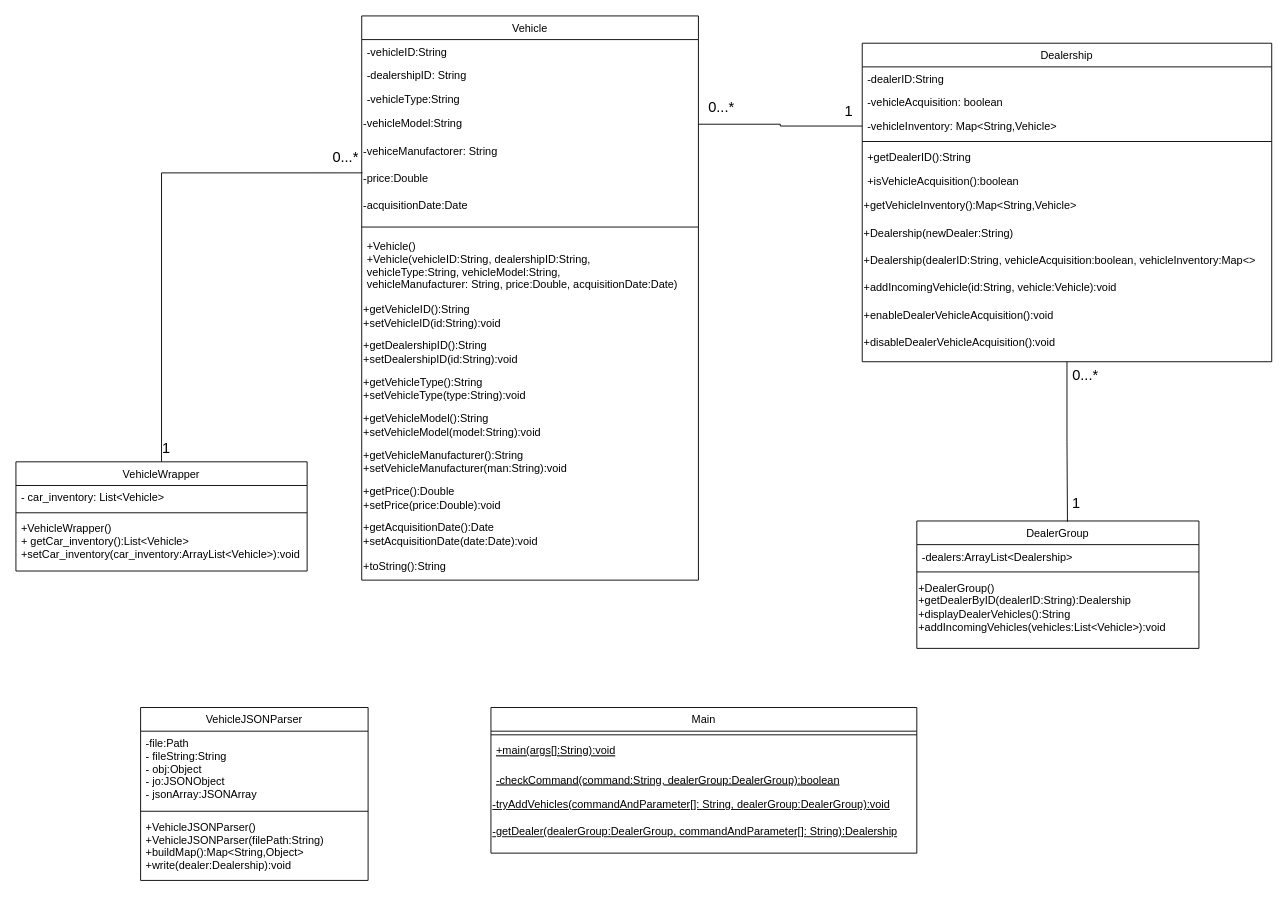
The draw.io diagram ClassandSequenceDiagram/Project1.drawio in tomatogrove/ICS372-Assignment1, before the edit. Source tidied: cells renumbered, new cells numbered last; positions are measured from the earlier drawing's top-left corner, leaving out a move shared by most shapes. Both pictures are drawn from the tidied source at 91%, with x=0, y=0 at pixel (15, 15).
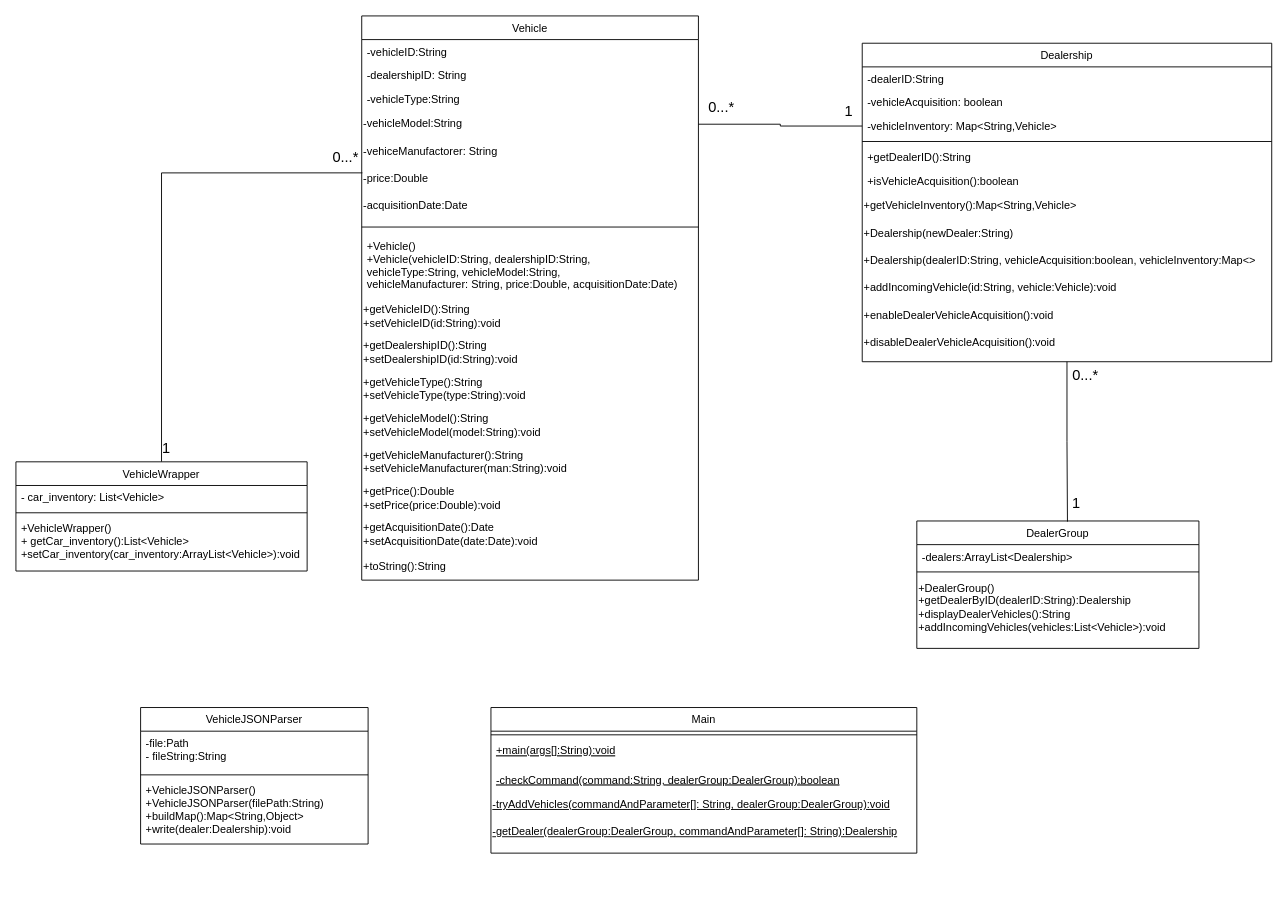
After the change.

What changed in the source:
```diff
@@
     <mxCell id="44" value="VehicleJSONParser" style="swimlane;fontStyle=0;align=center;verticalAlign=top;horizontal=1;startSize=26;" parent="1" vertex="1">
-      <mxGeometry x="137" y="760" width="250" height="190" as="geometry" />
+      <mxGeometry x="137" y="760" width="250" height="150" as="geometry" />
     </mxCell>
-    <mxCell id="45" value="-file:Path &#10; - fileString:String&#10; - obj:Object&#10; - jo:JSONObject &#10; - jsonArray:JSONArray" style="text;strokeColor=none;fillColor=none;align=left;verticalAlign=top;spacingLeft=4;spacingRight=4;overflow=hidden;" parent="44" vertex="1">
-      <mxGeometry y="26" width="250" height="84" as="geometry" />
+    <mxCell id="45" value="-file:Path &#10; - fileString:String" style="text;strokeColor=none;fillColor=none;align=left;verticalAlign=top;spacingLeft=4;spacingRight=4;overflow=hidden;" parent="44" vertex="1">
+      <mxGeometry y="26" width="250" height="44" as="geometry" />
     </mxCell>
     <mxCell id="46" style="line;strokeWidth=1;fillColor=none;align=left;verticalAlign=middle;spacingTop=-1;spacingLeft=3;spacingRight=3;labelPosition=right;strokeColor=inherit;" parent="44" vertex="1">
-      <mxGeometry y="110" width="250" height="8" as="geometry" />
+      <mxGeometry y="70" width="250" height="8" as="geometry" />
     </mxCell>
     <mxCell id="47" value="+VehicleJSONParser()&#10;+VehicleJSONParser(filePath:String)&#10;+buildMap():Map&lt;String,Object&gt;&#10;+write(dealer:Dealership):void" style="text;strokeColor=none;fillColor=none;align=left;verticalAlign=top;spacingLeft=4;spacingRight=4;overflow=hidden;" parent="44" vertex="1">
-      <mxGeometry y="118" width="250" height="72" as="geometry" />
+      <mxGeometry y="78" width="250" height="72" as="geometry" />
     </mxCell>
```
